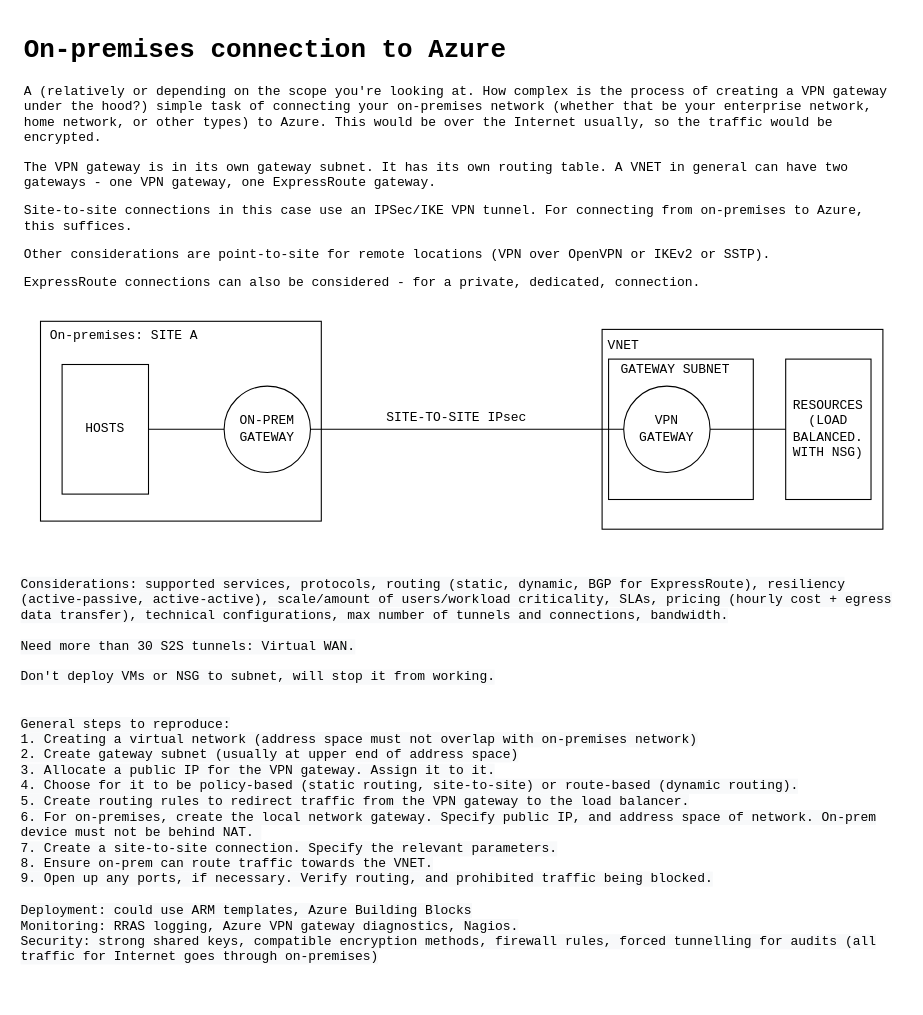
Earlier version of the draw.io diagram page "On-premises to Azure cloud" (1 of 2) of Cloud/Infrastructure_Architecture.drawio (hmahmood2351/Home_Labs). Source tidied: cells renumbered, new cells numbered last; positions are measured from the earlier drawing's top-left corner, leaving out a move shared by most shapes. Both pictures are drawn from the tidied source at 108%, with x=0, y=0 at pixel (18, 29).
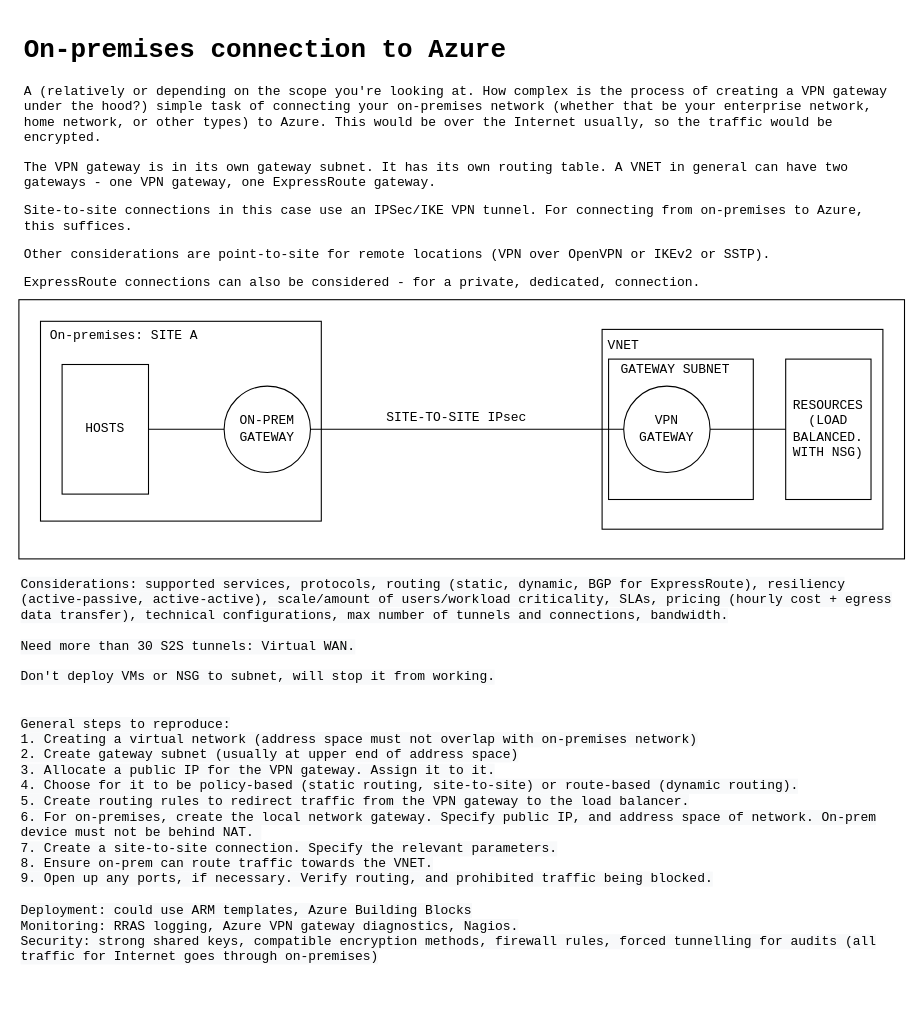
The same page after the edit.

The edit, as a diff of the source:
```diff
@@
 <mxGraphModel>
   <root>
     <mxCell id="0" />
     <mxCell id="1" parent="0" />
+    <mxCell id="18" style="rounded=0;whiteSpace=wrap;html=1;fontFamily=Courier New;" parent="1" vertex="1">
+      <mxGeometry y="250" width="820" height="240" as="geometry" />
+    </mxCell>
     <mxCell id="2" style="rounded=0;whiteSpace=wrap;html=1;fontFamily=Courier New;" parent="1" vertex="1">
       <mxGeometry x="20" y="270" width="260" height="185" as="geometry" />
     </mxCell>
     <mxCell id="3" value="ON-PREM GATEWAY" style="ellipse;whiteSpace=wrap;html=1;fontFamily=Courier New;" parent="1" vertex="1">
       <mxGeometry x="190" y="330" width="80" height="80" as="geometry" />
     </mxCell>
     <mxCell id="4" style="rounded=0;whiteSpace=wrap;html=1;fontFamily=Courier New;" parent="1" vertex="1">
       <mxGeometry x="540" y="277.5" width="260" height="185" as="geometry" />
     </mxCell>
     <mxCell id="5" value="&lt;h1&gt;On-premises connection to Azure&lt;/h1&gt;&lt;p&gt;A (relatively or depending on the scope you're looking at. How complex is the process of creating a VPN gateway under the hood?) simple task of connecting your on-premises network (whether that be your enterprise network, home network, or other types) to Azure. This would be over the Internet usually, so the traffic would be encrypted.&lt;/p&gt;&lt;p&gt;The VPN gateway is in its own gateway subnet. It has its own routing table. A VNET in general can have two gateways - one VPN gateway, one ExpressRoute gateway.&amp;nbsp;&lt;/p&gt;&lt;p&gt;Site-to-site connections in this case use an IPSec/IKE VPN tunnel. For connecting from on-premises to Azure, this suffices.&lt;/p&gt;&lt;p&gt;Other considerations are point-to-site for remote locations (VPN over OpenVPN or IKEv2 or SSTP).&lt;/p&gt;&lt;p&gt;ExpressRoute connections can also be considered - for a private, dedicated, connection.&amp;nbsp;&lt;/p&gt;&lt;p&gt;&lt;br&gt;&lt;/p&gt;&lt;p&gt;&lt;br&gt;&lt;/p&gt;&lt;p&gt;&lt;br&gt;&lt;/p&gt;" style="text;html=1;strokeColor=none;fillColor=none;spacing=5;spacingTop=-20;whiteSpace=wrap;overflow=hidden;rounded=0;fontFamily=Courier New;" parent="1" vertex="1">
       <mxGeometry width="810" height="290" as="geometry" />
     </mxCell>
     <mxCell id="6" value="VNET" style="text;html=1;strokeColor=none;fillColor=none;align=center;verticalAlign=middle;whiteSpace=wrap;rounded=0;fontFamily=Courier New;" parent="1" vertex="1">
       <mxGeometry x="540" y="282.5" width="40" height="20" as="geometry" />
     </mxCell>
     <mxCell id="7" value="HOSTS" style="rounded=0;whiteSpace=wrap;html=1;fontFamily=Courier New;" parent="1" vertex="1">
       <mxGeometry x="40" y="310" width="80" height="120" as="geometry" />
     </mxCell>
     <mxCell id="8" style="endArrow=none;html=1;fontFamily=Courier New;entryX=0;entryY=0.5;entryDx=0;entryDy=0;exitX=1;exitY=0.5;exitDx=0;exitDy=0;" parent="1" edge="1" source="7" target="3">
       <mxGeometry relative="1" as="geometry" />
     </mxCell>
     <mxCell id="9" value="On-premises: SITE A" style="text;html=1;strokeColor=none;fillColor=none;align=center;verticalAlign=middle;whiteSpace=wrap;rounded=0;fontFamily=Courier New;" parent="1" vertex="1">
       <mxGeometry x="25" y="274" width="145" height="20" as="geometry" />
     </mxCell>
     <mxCell id="10" style="rounded=0;whiteSpace=wrap;html=1;fontFamily=Courier New;" parent="1" vertex="1">
       <mxGeometry x="546" y="305" width="134" height="130" as="geometry" />
     </mxCell>
     <mxCell id="11" value="VPN GATEWAY" style="ellipse;whiteSpace=wrap;html=1;fontFamily=Courier New;" parent="1" vertex="1">
       <mxGeometry x="560" y="330" width="80" height="80" as="geometry" />
     </mxCell>
     <mxCell id="12" style="endArrow=none;html=1;fontFamily=Courier New;exitX=1;exitY=0.5;exitDx=0;exitDy=0;entryX=0;entryY=0.5;entryDx=0;entryDy=0;" parent="1" edge="1" source="3" target="11">
       <mxGeometry relative="1" as="geometry" />
     </mxCell>
     <mxCell id="13" value="GATEWAY SUBNET" style="text;html=1;strokeColor=none;fillColor=none;align=center;verticalAlign=middle;whiteSpace=wrap;rounded=0;fontFamily=Courier New;" parent="1" vertex="1">
       <mxGeometry x="546" y="305" width="124" height="20" as="geometry" />
     </mxCell>
     <mxCell id="14" value="RESOURCES (LOAD BALANCED. WITH NSG)" style="rounded=0;whiteSpace=wrap;html=1;fontFamily=Courier New;" parent="1" vertex="1">
       <mxGeometry x="710" y="305" width="79" height="130" as="geometry" />
     </mxCell>
     <mxCell id="15" style="endArrow=none;html=1;fontFamily=Courier New;" parent="1" edge="1" target="14">
       <mxGeometry relative="1" as="geometry">
         <mxPoint x="640" y="370" as="sourcePoint" />
       </mxGeometry>
     </mxCell>
     <mxCell id="16" value="&lt;span style=&quot;color: rgb(0 , 0 , 0) ; font-family: &amp;#34;courier new&amp;#34; ; font-size: 12px ; font-style: normal ; font-weight: 400 ; letter-spacing: normal ; text-align: center ; text-indent: 0px ; text-transform: none ; word-spacing: 0px ; background-color: rgb(248 , 249 , 250) ; display: inline ; float: none&quot;&gt;Considerations: supported services, protocols, routing (static, dynamic, BGP for ExpressRoute), resiliency (active-passive, active-active), scale/amount of users/workload criticality, SLAs, pricing (hourly cost + egress data transfer), technical configurations, max number of tunnels and connections, bandwidth.&lt;br&gt;&lt;br&gt;Need more than 30 S2S tunnels: Virtual WAN.&lt;br&gt;&lt;br&gt;Don't deploy VMs or NSG to subnet, will stop it from working.&lt;br&gt;&lt;br&gt;&lt;br&gt;General steps to reproduce:&lt;br&gt;1. Creating a virtual network (address space must not overlap with on-premises network)&lt;br&gt;2. Create gateway subnet (usually at upper end of address space)&lt;br&gt;3. Allocate a public IP for the VPN gateway. Assign it to it.&lt;br&gt;4. Choose for it to be policy-based (static routing, site-to-site) or route-based (dynamic routing).&lt;br&gt;5. Create routing rules to redirect traffic from the VPN gateway to the load balancer.&lt;br&gt;6. For on-premises, create the local network gateway. Specify public IP, and address space of network. On-prem device must not be behind NAT.&amp;nbsp;&lt;br&gt;7. Create a site-to-site connection. Specify the relevant parameters.&lt;br&gt;8. Ensure on-prem can route traffic towards the VNET.&lt;br&gt;9. Open up any ports, if necessary. Verify routing, and prohibited traffic being blocked.&lt;br&gt;&lt;br&gt;Deployment: could use ARM templates, Azure Building Blocks&lt;br&gt;Monitoring: RRAS logging, Azure VPN gateway diagnostics, Nagios.&lt;br&gt;Security: strong shared keys, compatible encryption methods, firewall rules, forced tunnelling for audits (all traffic for Internet goes through on-premises)&lt;br&gt;&lt;br&gt;&lt;br&gt;&lt;/span&gt;" style="text;whiteSpace=wrap;html=1;fontFamily=Courier New;" parent="1" vertex="1">
       <mxGeometry y="500" width="810" height="370" as="geometry" />
     </mxCell>
     <mxCell id="17" value="SITE-TO-SITE IPsec" style="text;html=1;align=center;verticalAlign=middle;strokeColor=none;fontFamily=Courier New;" parent="1" vertex="1">
       <mxGeometry x="330" y="350" width="150" height="20" as="geometry" />
     </mxCell>
   </root>
 </mxGraphModel>
```
